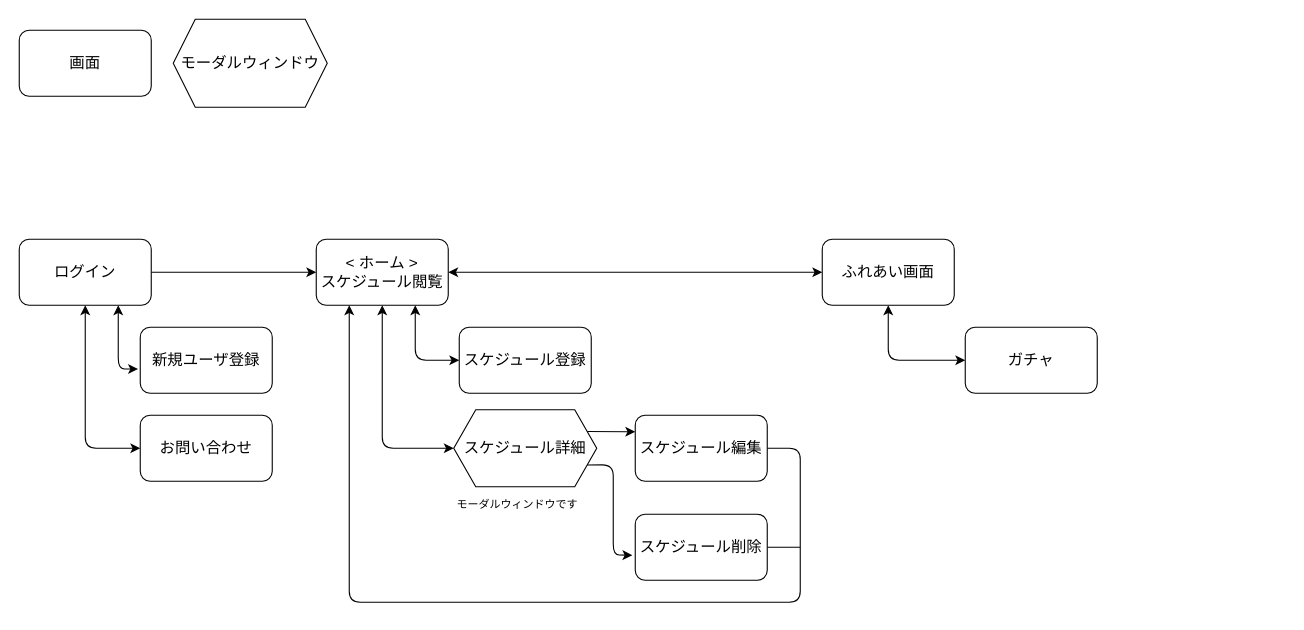
Before: doc/画面遷移図.drawio in dojo2023/E-3, a draw.io diagram. Source tidied: cells renumbered, new cells numbered last; positions are measured from the earlier drawing's top-left corner, leaving out a move shared by most shapes. Both pictures are drawn from the tidied source at 110%, with x=0, y=0 at pixel (19, 19).
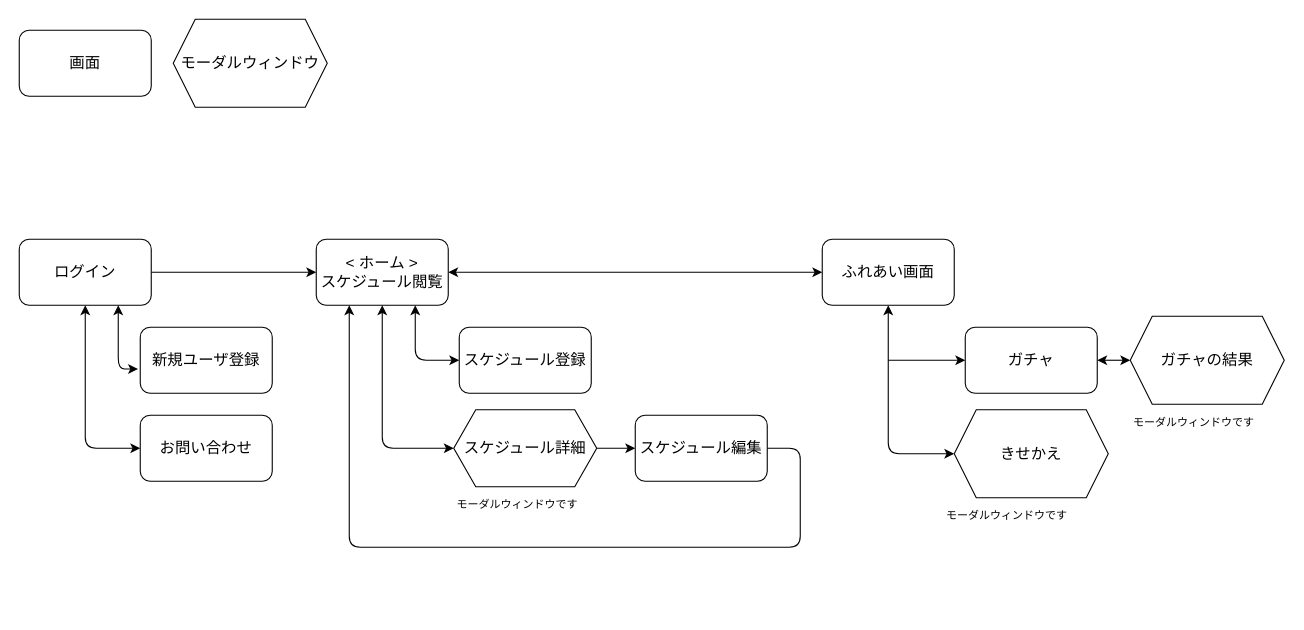
Above is the later version.

Commit message:
画面遷移図_修正_2

ふれあい画面から着せ替え画面のモーダルウィンドウと、ガチャ画面からガチャ結果画面のモーダルウィンドウを追加した。

Unchanged cells that the change refers to:
```xml
<mxCell id="10" value="&amp;lt; ホーム &amp;gt;&lt;br&gt;スケジュール閲覧" style="rounded=1;whiteSpace=wrap;html=1;fontSize=14;" parent="1" vertex="1">
  <mxGeometry x="270" y="200" width="120" height="60" as="geometry" />
</mxCell>
<mxCell id="14" value="&lt;font style=&quot;font-size: 14px;&quot;&gt;スケジュール編集&lt;/font&gt;" style="rounded=1;whiteSpace=wrap;html=1;fontSize=14;" parent="1" vertex="1">
  <mxGeometry x="560" y="360" width="120" height="60" as="geometry" />
</mxCell>
<mxCell id="18" value="ふれあい画面" style="rounded=1;whiteSpace=wrap;html=1;fontSize=14;" parent="1" vertex="1">
  <mxGeometry x="730" y="200" width="120" height="60" as="geometry" />
</mxCell>
<mxCell id="22" value="&lt;span style=&quot;font-size: 14px;&quot;&gt;ガチャ&lt;/span&gt;" style="rounded=1;whiteSpace=wrap;html=1;fontSize=14;" parent="1" vertex="1">
  <mxGeometry x="860" y="280" width="120" height="60" as="geometry" />
</mxCell>
<mxCell id="25" value="スケジュール詳細" style="shape=hexagon;perimeter=hexagonPerimeter2;whiteSpace=wrap;html=1;fixedSize=1;fontSize=14;" parent="1" vertex="1">
  <mxGeometry x="395" y="355" width="130" height="70" as="geometry" />
</mxCell>
```

Diff of the diagram source:
```diff
@@
-    <mxCell id="11" style="edgeStyle=none;html=1;exitX=1;exitY=0.25;exitDx=0;exitDy=0;entryX=0;entryY=0.25;entryDx=0;entryDy=0;fontSize=14;startArrow=none;startFill=0;endArrow=classic;endFill=1;" parent="1" edge="1" source="25" target="14">
-      <mxGeometry relative="1" as="geometry" />
-    </mxCell>
-    <mxCell id="12" style="edgeStyle=none;html=1;entryX=-0.022;entryY=0.622;entryDx=0;entryDy=0;entryPerimeter=0;fontSize=14;startArrow=none;startFill=0;endArrow=classic;endFill=1;exitX=1;exitY=0.75;exitDx=0;exitDy=0;" parent="1" edge="1" source="25" target="21">
-      <mxGeometry relative="1" as="geometry">
-        <Array as="points">
-          <mxPoint x="540" y="405" />
-          <mxPoint x="540" y="487" />
-        </Array>
-      </mxGeometry>
-    </mxCell>
     <mxCell id="13" style="edgeStyle=none;html=1;exitX=1;exitY=0.5;exitDx=0;exitDy=0;entryX=0.25;entryY=1;entryDx=0;entryDy=0;fontSize=14;startArrow=none;startFill=0;endArrow=classic;endFill=1;" parent="1" edge="1" source="14" target="10">
       <mxGeometry relative="1" as="geometry">
         <Array as="points">
           <mxPoint x="710" y="390" />
-          <mxPoint x="710" y="530" />
-          <mxPoint x="300" y="530" />
+          <mxPoint x="710" y="480" />
+          <mxPoint x="300" y="480" />
         </Array>
       </mxGeometry>
     </mxCell>
@@
-    <mxCell id="17" style="edgeStyle=none;html=1;exitX=0.5;exitY=1;exitDx=0;exitDy=0;entryX=0;entryY=0.5;entryDx=0;entryDy=0;fontSize=14;startArrow=classic;startFill=1;endArrow=classic;endFill=1;" parent="1" edge="1" source="18" target="22">
-      <mxGeometry relative="1" as="geometry">
-        <Array as="points">
-          <mxPoint x="790" y="310" />
-        </Array>
-      </mxGeometry>
-    </mxCell>
+    <mxCell id="26" style="edgeStyle=none;html=1;exitX=0.5;exitY=1;exitDx=0;exitDy=0;entryX=0;entryY=0.5;entryDx=0;entryDy=0;startArrow=classic;startFill=1;" parent="1" edge="1" source="18" target="29">
+      <mxGeometry relative="1" as="geometry">
+        <Array as="points">
+          <mxPoint x="790" y="395" />
+        </Array>
+      </mxGeometry>
+    </mxCell>
@@
-    <mxCell id="20" style="edgeStyle=none;html=1;exitX=1;exitY=0.5;exitDx=0;exitDy=0;fontSize=14;startArrow=none;startFill=0;endArrow=none;endFill=0;" parent="1" edge="1" source="21">
-      <mxGeometry relative="1" as="geometry">
-        <mxPoint x="710" y="480" as="targetPoint" />
-      </mxGeometry>
-    </mxCell>
-    <mxCell id="21" value="&lt;font style=&quot;font-size: 14px;&quot;&gt;スケジュール削除&lt;/font&gt;" style="rounded=1;whiteSpace=wrap;html=1;fontSize=14;" parent="1" vertex="1">
-      <mxGeometry x="560" y="450" width="120" height="60" as="geometry" />
-    </mxCell>
+    <mxCell id="27" style="edgeStyle=none;html=1;exitX=0;exitY=0.5;exitDx=0;exitDy=0;endArrow=none;endFill=0;startArrow=classic;startFill=1;" parent="1" edge="1" source="22">
+      <mxGeometry relative="1" as="geometry">
+        <mxPoint x="790" y="310" as="targetPoint" />
+      </mxGeometry>
+    </mxCell>
+    <mxCell id="28" style="edgeStyle=none;html=1;exitX=1;exitY=0.5;exitDx=0;exitDy=0;entryX=0;entryY=0.5;entryDx=0;entryDy=0;startArrow=classic;startFill=1;endArrow=classic;endFill=1;" parent="1" edge="1" source="22" target="30">
+      <mxGeometry relative="1" as="geometry" />
+    </mxCell>
@@
+    <mxCell id="11" style="edgeStyle=none;html=1;exitX=1;exitY=0.5;exitDx=0;exitDy=0;entryX=0;entryY=0.5;entryDx=0;entryDy=0;startArrow=none;startFill=0;endArrow=classic;endFill=1;" parent="1" edge="1" source="25" target="14">
+      <mxGeometry relative="1" as="geometry" />
+    </mxCell>
@@
+    <mxCell id="29" value="きせかえ" style="shape=hexagon;perimeter=hexagonPerimeter2;whiteSpace=wrap;html=1;fixedSize=1;fontSize=14;" parent="1" vertex="1">
+      <mxGeometry x="850" y="355" width="140" height="80" as="geometry" />
+    </mxCell>
+    <mxCell id="30" value="ガチャの結果" style="shape=hexagon;perimeter=hexagonPerimeter2;whiteSpace=wrap;html=1;fixedSize=1;fontSize=14;" parent="1" vertex="1">
+      <mxGeometry x="1010" y="270" width="140" height="80" as="geometry" />
+    </mxCell>
+    <mxCell id="31" value="&lt;font style=&quot;font-size: 10px;&quot;&gt;モーダルウィンドウです&lt;/font&gt;" style="text;html=1;strokeColor=none;fillColor=none;align=center;verticalAlign=middle;whiteSpace=wrap;rounded=0;fontSize=14;" parent="1" vertex="1">
+      <mxGeometry x="840" y="435" width="116" height="30" as="geometry" />
+    </mxCell>
+    <mxCell id="32" value="&lt;font style=&quot;font-size: 10px;&quot;&gt;モーダルウィンドウです&lt;/font&gt;" style="text;html=1;strokeColor=none;fillColor=none;align=center;verticalAlign=middle;whiteSpace=wrap;rounded=0;fontSize=14;" parent="1" vertex="1">
+      <mxGeometry x="1010" y="350" width="116" height="30" as="geometry" />
+    </mxCell>
```
